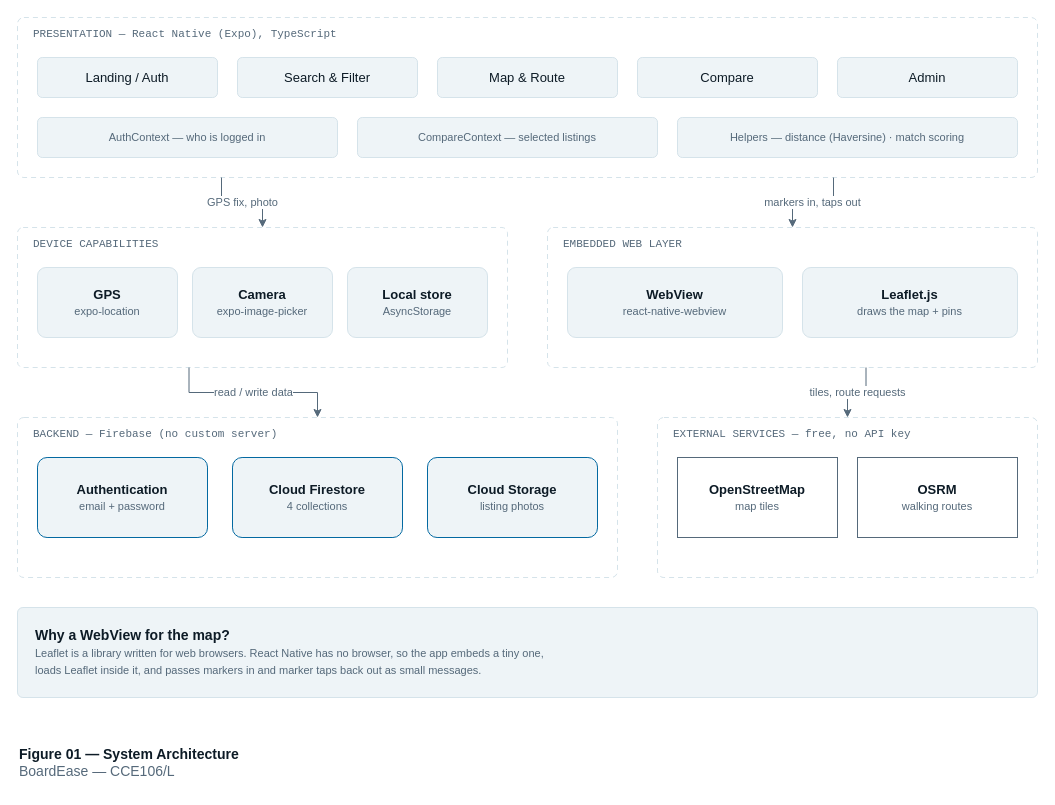
jetroo1/BoardEase-Mobile keeps this draw.io diagram as docs/diagrams/01-system-architecture.drawio. Above is the earlier version. Source tidied: cells renumbered, new cells numbered last; positions are measured from the earlier drawing's top-left corner, leaving out a move shared by most shapes. Both pictures are drawn from the tidied source at 100%, with x=0, y=0 at pixel (17, 17).
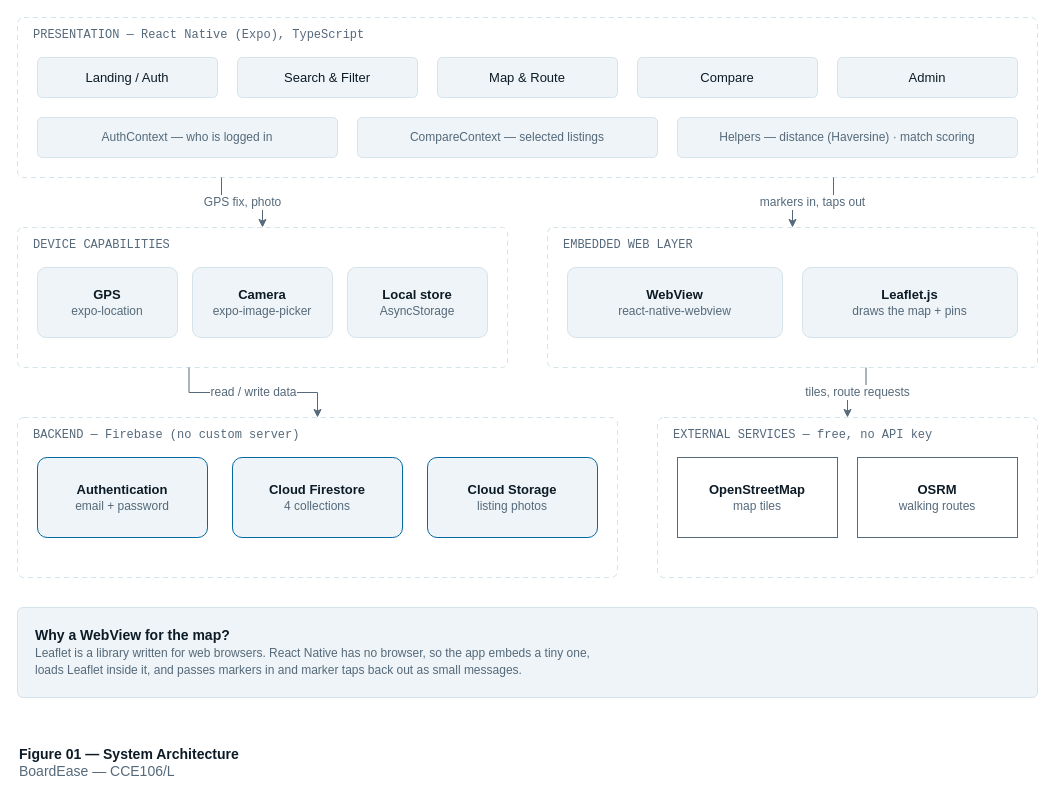
The same diagram, later.

What changed in the source:
```diff
@@
-    <mxCell id="2" value="PRESENTATION — React Native (Expo), TypeScript" style="rounded=1;arcSize=4;whiteSpace=wrap;html=1;fillColor=none;strokeColor=#D5E3EA;dashed=1;dashPattern=5 4;verticalAlign=top;align=left;spacingLeft=14;spacingTop=4;fontSize=11;fontColor=#55697A;fontFamily=Courier New;" parent="1" vertex="1">
+    <mxCell id="2" value="PRESENTATION — React Native (Expo), TypeScript" style="rounded=1;arcSize=4;whiteSpace=wrap;html=1;fillColor=none;strokeColor=#D5E3EA;dashed=1;dashPattern=5 4;verticalAlign=top;align=left;spacingLeft=14;spacingTop=4;fontSize=12;fontColor=#55697A;fontFamily=Courier New;" parent="1" vertex="1">
       <mxGeometry width="1020" height="160" as="geometry" />
     </mxCell>
-    <mxCell id="3" value="DEVICE CAPABILITIES" style="rounded=1;arcSize=4;whiteSpace=wrap;html=1;fillColor=none;strokeColor=#D5E3EA;dashed=1;dashPattern=5 4;verticalAlign=top;align=left;spacingLeft=14;spacingTop=4;fontSize=11;fontColor=#55697A;fontFamily=Courier New;" parent="1" vertex="1">
+    <mxCell id="3" value="DEVICE CAPABILITIES" style="rounded=1;arcSize=4;whiteSpace=wrap;html=1;fillColor=none;strokeColor=#D5E3EA;dashed=1;dashPattern=5 4;verticalAlign=top;align=left;spacingLeft=14;spacingTop=4;fontSize=12;fontColor=#55697A;fontFamily=Courier New;" parent="1" vertex="1">
       <mxGeometry y="210" width="490" height="140" as="geometry" />
     </mxCell>
-    <mxCell id="4" value="EMBEDDED WEB LAYER" style="rounded=1;arcSize=4;whiteSpace=wrap;html=1;fillColor=none;strokeColor=#D5E3EA;dashed=1;dashPattern=5 4;verticalAlign=top;align=left;spacingLeft=14;spacingTop=4;fontSize=11;fontColor=#55697A;fontFamily=Courier New;" parent="1" vertex="1">
+    <mxCell id="4" value="EMBEDDED WEB LAYER" style="rounded=1;arcSize=4;whiteSpace=wrap;html=1;fillColor=none;strokeColor=#D5E3EA;dashed=1;dashPattern=5 4;verticalAlign=top;align=left;spacingLeft=14;spacingTop=4;fontSize=12;fontColor=#55697A;fontFamily=Courier New;" parent="1" vertex="1">
       <mxGeometry x="530" y="210" width="490" height="140" as="geometry" />
     </mxCell>
-    <mxCell id="5" value="BACKEND — Firebase (no custom server)" style="rounded=1;arcSize=4;whiteSpace=wrap;html=1;fillColor=none;strokeColor=#D5E3EA;dashed=1;dashPattern=5 4;verticalAlign=top;align=left;spacingLeft=14;spacingTop=4;fontSize=11;fontColor=#55697A;fontFamily=Courier New;" parent="1" vertex="1">
+    <mxCell id="5" value="BACKEND — Firebase (no custom server)" style="rounded=1;arcSize=4;whiteSpace=wrap;html=1;fillColor=none;strokeColor=#D5E3EA;dashed=1;dashPattern=5 4;verticalAlign=top;align=left;spacingLeft=14;spacingTop=4;fontSize=12;fontColor=#55697A;fontFamily=Courier New;" parent="1" vertex="1">
       <mxGeometry y="400" width="600" height="160" as="geometry" />
     </mxCell>
-    <mxCell id="6" value="EXTERNAL SERVICES — free, no API key" style="rounded=1;arcSize=4;whiteSpace=wrap;html=1;fillColor=none;strokeColor=#D5E3EA;dashed=1;dashPattern=5 4;verticalAlign=top;align=left;spacingLeft=14;spacingTop=4;fontSize=11;fontColor=#55697A;fontFamily=Courier New;" parent="1" vertex="1">
+    <mxCell id="6" value="EXTERNAL SERVICES — free, no API key" style="rounded=1;arcSize=4;whiteSpace=wrap;html=1;fillColor=none;strokeColor=#D5E3EA;dashed=1;dashPattern=5 4;verticalAlign=top;align=left;spacingLeft=14;spacingTop=4;fontSize=12;fontColor=#55697A;fontFamily=Courier New;" parent="1" vertex="1">
       <mxGeometry x="640" y="400" width="380" height="160" as="geometry" />
     </mxCell>
@@
-    <mxCell id="12" value="&lt;font color=&quot;#55697A&quot;&gt;AuthContext — who is logged in&lt;/font&gt;" style="rounded=1;arcSize=12;whiteSpace=wrap;html=1;fillColor=#EEF4F7;strokeColor=#D5E3EA;fontSize=11;" parent="1" vertex="1">
+    <mxCell id="12" value="&lt;font color=&quot;#55697A&quot;&gt;AuthContext — who is logged in&lt;/font&gt;" style="rounded=1;arcSize=12;whiteSpace=wrap;html=1;fillColor=#EEF4F7;strokeColor=#D5E3EA;fontSize=12;" parent="1" vertex="1">
       <mxGeometry x="20" y="100" width="300" height="40" as="geometry" />
     </mxCell>
-    <mxCell id="13" value="&lt;font color=&quot;#55697A&quot;&gt;CompareContext — selected listings&lt;/font&gt;" style="rounded=1;arcSize=12;whiteSpace=wrap;html=1;fillColor=#EEF4F7;strokeColor=#D5E3EA;fontSize=11;" parent="1" vertex="1">
+    <mxCell id="13" value="&lt;font color=&quot;#55697A&quot;&gt;CompareContext — selected listings&lt;/font&gt;" style="rounded=1;arcSize=12;whiteSpace=wrap;html=1;fillColor=#EEF4F7;strokeColor=#D5E3EA;fontSize=12;" parent="1" vertex="1">
       <mxGeometry x="340" y="100" width="300" height="40" as="geometry" />
     </mxCell>
-    <mxCell id="14" value="&lt;font color=&quot;#55697A&quot;&gt;Helpers — distance (Haversine) · match scoring&lt;/font&gt;" style="rounded=1;arcSize=12;whiteSpace=wrap;html=1;fillColor=#EEF4F7;strokeColor=#D5E3EA;fontSize=11;" parent="1" vertex="1">
+    <mxCell id="14" value="&lt;font color=&quot;#55697A&quot;&gt;Helpers — distance (Haversine) · match scoring&lt;/font&gt;" style="rounded=1;arcSize=12;whiteSpace=wrap;html=1;fillColor=#EEF4F7;strokeColor=#D5E3EA;fontSize=12;" parent="1" vertex="1">
       <mxGeometry x="660" y="100" width="340" height="40" as="geometry" />
     </mxCell>
-    <mxCell id="15" value="&lt;b&gt;GPS&lt;/b&gt;&lt;br&gt;&lt;font color=&quot;#55697A&quot; style=&quot;font-size:11px&quot;&gt;expo-location&lt;/font&gt;" style="rounded=1;arcSize=12;whiteSpace=wrap;html=1;fillColor=#EEF4F7;strokeColor=#D5E3EA;fontSize=13;fontColor=#0D1B26;" parent="1" vertex="1">
+    <mxCell id="15" value="&lt;b&gt;GPS&lt;/b&gt;&lt;br&gt;&lt;font color=&quot;#55697A&quot; style=&quot;font-size:12px&quot;&gt;expo-location&lt;/font&gt;" style="rounded=1;arcSize=12;whiteSpace=wrap;html=1;fillColor=#EEF4F7;strokeColor=#D5E3EA;fontSize=13;fontColor=#0D1B26;" parent="1" vertex="1">
       <mxGeometry x="20" y="250" width="140" height="70" as="geometry" />
     </mxCell>
-    <mxCell id="16" value="&lt;b&gt;Camera&lt;/b&gt;&lt;br&gt;&lt;font color=&quot;#55697A&quot; style=&quot;font-size:11px&quot;&gt;expo-image-picker&lt;/font&gt;" style="rounded=1;arcSize=12;whiteSpace=wrap;html=1;fillColor=#EEF4F7;strokeColor=#D5E3EA;fontSize=13;fontColor=#0D1B26;" parent="1" vertex="1">
+    <mxCell id="16" value="&lt;b&gt;Camera&lt;/b&gt;&lt;br&gt;&lt;font color=&quot;#55697A&quot; style=&quot;font-size:12px&quot;&gt;expo-image-picker&lt;/font&gt;" style="rounded=1;arcSize=12;whiteSpace=wrap;html=1;fillColor=#EEF4F7;strokeColor=#D5E3EA;fontSize=13;fontColor=#0D1B26;" parent="1" vertex="1">
       <mxGeometry x="175" y="250" width="140" height="70" as="geometry" />
     </mxCell>
-    <mxCell id="17" value="&lt;b&gt;Local store&lt;/b&gt;&lt;br&gt;&lt;font color=&quot;#55697A&quot; style=&quot;font-size:11px&quot;&gt;AsyncStorage&lt;/font&gt;" style="rounded=1;arcSize=12;whiteSpace=wrap;html=1;fillColor=#EEF4F7;strokeColor=#D5E3EA;fontSize=13;fontColor=#0D1B26;" parent="1" vertex="1">
+    <mxCell id="17" value="&lt;b&gt;Local store&lt;/b&gt;&lt;br&gt;&lt;font color=&quot;#55697A&quot; style=&quot;font-size:12px&quot;&gt;AsyncStorage&lt;/font&gt;" style="rounded=1;arcSize=12;whiteSpace=wrap;html=1;fillColor=#EEF4F7;strokeColor=#D5E3EA;fontSize=13;fontColor=#0D1B26;" parent="1" vertex="1">
       <mxGeometry x="330" y="250" width="140" height="70" as="geometry" />
     </mxCell>
-    <mxCell id="18" value="&lt;b&gt;WebView&lt;/b&gt;&lt;br&gt;&lt;font color=&quot;#55697A&quot; style=&quot;font-size:11px&quot;&gt;react-native-webview&lt;/font&gt;" style="rounded=1;arcSize=12;whiteSpace=wrap;html=1;fillColor=#EEF4F7;strokeColor=#D5E3EA;fontSize=13;fontColor=#0D1B26;" parent="1" vertex="1">
+    <mxCell id="18" value="&lt;b&gt;WebView&lt;/b&gt;&lt;br&gt;&lt;font color=&quot;#55697A&quot; style=&quot;font-size:12px&quot;&gt;react-native-webview&lt;/font&gt;" style="rounded=1;arcSize=12;whiteSpace=wrap;html=1;fillColor=#EEF4F7;strokeColor=#D5E3EA;fontSize=13;fontColor=#0D1B26;" parent="1" vertex="1">
       <mxGeometry x="550" y="250" width="215" height="70" as="geometry" />
     </mxCell>
-    <mxCell id="19" value="&lt;b&gt;Leaflet.js&lt;/b&gt;&lt;br&gt;&lt;font color=&quot;#55697A&quot; style=&quot;font-size:11px&quot;&gt;draws the map + pins&lt;/font&gt;" style="rounded=1;arcSize=12;whiteSpace=wrap;html=1;fillColor=#EEF4F7;strokeColor=#D5E3EA;fontSize=13;fontColor=#0D1B26;" parent="1" vertex="1">
+    <mxCell id="19" value="&lt;b&gt;Leaflet.js&lt;/b&gt;&lt;br&gt;&lt;font color=&quot;#55697A&quot; style=&quot;font-size:12px&quot;&gt;draws the map + pins&lt;/font&gt;" style="rounded=1;arcSize=12;whiteSpace=wrap;html=1;fillColor=#EEF4F7;strokeColor=#D5E3EA;fontSize=13;fontColor=#0D1B26;" parent="1" vertex="1">
       <mxGeometry x="785" y="250" width="215" height="70" as="geometry" />
     </mxCell>
-    <mxCell id="20" value="&lt;b&gt;Authentication&lt;/b&gt;&lt;br&gt;&lt;font color=&quot;#55697A&quot; style=&quot;font-size:11px&quot;&gt;email + password&lt;/font&gt;" style="rounded=1;arcSize=12;whiteSpace=wrap;html=1;fillColor=#EEF4F7;strokeColor=#0369A1;fontSize=13;fontColor=#0D1B26;" parent="1" vertex="1">
+    <mxCell id="20" value="&lt;b&gt;Authentication&lt;/b&gt;&lt;br&gt;&lt;font color=&quot;#55697A&quot; style=&quot;font-size:12px&quot;&gt;email + password&lt;/font&gt;" style="rounded=1;arcSize=12;whiteSpace=wrap;html=1;fillColor=#EEF4F7;strokeColor=#0369A1;fontSize=13;fontColor=#0D1B26;" parent="1" vertex="1">
       <mxGeometry x="20" y="440" width="170" height="80" as="geometry" />
     </mxCell>
-    <mxCell id="21" value="&lt;b&gt;Cloud Firestore&lt;/b&gt;&lt;br&gt;&lt;font color=&quot;#55697A&quot; style=&quot;font-size:11px&quot;&gt;4 collections&lt;/font&gt;" style="rounded=1;arcSize=12;whiteSpace=wrap;html=1;fillColor=#EEF4F7;strokeColor=#0369A1;fontSize=13;fontColor=#0D1B26;" parent="1" vertex="1">
+    <mxCell id="21" value="&lt;b&gt;Cloud Firestore&lt;/b&gt;&lt;br&gt;&lt;font color=&quot;#55697A&quot; style=&quot;font-size:12px&quot;&gt;4 collections&lt;/font&gt;" style="rounded=1;arcSize=12;whiteSpace=wrap;html=1;fillColor=#EEF4F7;strokeColor=#0369A1;fontSize=13;fontColor=#0D1B26;" parent="1" vertex="1">
       <mxGeometry x="215" y="440" width="170" height="80" as="geometry" />
     </mxCell>
-    <mxCell id="22" value="&lt;b&gt;Cloud Storage&lt;/b&gt;&lt;br&gt;&lt;font color=&quot;#55697A&quot; style=&quot;font-size:11px&quot;&gt;listing photos&lt;/font&gt;" style="rounded=1;arcSize=12;whiteSpace=wrap;html=1;fillColor=#EEF4F7;strokeColor=#0369A1;fontSize=13;fontColor=#0D1B26;" parent="1" vertex="1">
+    <mxCell id="22" value="&lt;b&gt;Cloud Storage&lt;/b&gt;&lt;br&gt;&lt;font color=&quot;#55697A&quot; style=&quot;font-size:12px&quot;&gt;listing photos&lt;/font&gt;" style="rounded=1;arcSize=12;whiteSpace=wrap;html=1;fillColor=#EEF4F7;strokeColor=#0369A1;fontSize=13;fontColor=#0D1B26;" parent="1" vertex="1">
       <mxGeometry x="410" y="440" width="170" height="80" as="geometry" />
     </mxCell>
-    <mxCell id="23" value="&lt;b&gt;OpenStreetMap&lt;/b&gt;&lt;br&gt;&lt;font color=&quot;#55697A&quot; style=&quot;font-size:11px&quot;&gt;map tiles&lt;/font&gt;" style="rounded=0;whiteSpace=wrap;html=1;fillColor=#FFFFFF;strokeColor=#55697A;fontSize=13;fontColor=#0D1B26;" parent="1" vertex="1">
+    <mxCell id="23" value="&lt;b&gt;OpenStreetMap&lt;/b&gt;&lt;br&gt;&lt;font color=&quot;#55697A&quot; style=&quot;font-size:12px&quot;&gt;map tiles&lt;/font&gt;" style="rounded=0;whiteSpace=wrap;html=1;fillColor=#FFFFFF;strokeColor=#55697A;fontSize=13;fontColor=#0D1B26;" parent="1" vertex="1">
       <mxGeometry x="660" y="440" width="160" height="80" as="geometry" />
     </mxCell>
-    <mxCell id="24" value="&lt;b&gt;OSRM&lt;/b&gt;&lt;br&gt;&lt;font color=&quot;#55697A&quot; style=&quot;font-size:11px&quot;&gt;walking routes&lt;/font&gt;" style="rounded=0;whiteSpace=wrap;html=1;fillColor=#FFFFFF;strokeColor=#55697A;fontSize=13;fontColor=#0D1B26;" parent="1" vertex="1">
+    <mxCell id="24" value="&lt;b&gt;OSRM&lt;/b&gt;&lt;br&gt;&lt;font color=&quot;#55697A&quot; style=&quot;font-size:12px&quot;&gt;walking routes&lt;/font&gt;" style="rounded=0;whiteSpace=wrap;html=1;fillColor=#FFFFFF;strokeColor=#55697A;fontSize=13;fontColor=#0D1B26;" parent="1" vertex="1">
       <mxGeometry x="840" y="440" width="160" height="80" as="geometry" />
     </mxCell>
-    <mxCell id="25" value="GPS fix, photo" style="edgeStyle=orthogonalEdgeStyle;rounded=0;html=1;strokeColor=#55697A;fontSize=11;fontColor=#55697A;exitX=0.2;exitY=1;entryX=0.5;entryY=0;labelBackgroundColor=#FFFFFF;" parent="1" edge="1" source="2" target="3">
+    <mxCell id="25" value="GPS fix, photo" style="edgeStyle=orthogonalEdgeStyle;rounded=0;html=1;strokeColor=#55697A;fontSize=12;fontColor=#55697A;exitX=0.2;exitY=1;entryX=0.5;entryY=0;labelBackgroundColor=#FFFFFF;" parent="1" edge="1" source="2" target="3">
       <mxGeometry relative="1" as="geometry" />
     </mxCell>
-    <mxCell id="26" value="markers in, taps out" style="edgeStyle=orthogonalEdgeStyle;rounded=0;html=1;strokeColor=#55697A;fontSize=11;fontColor=#55697A;exitX=0.8;exitY=1;entryX=0.5;entryY=0;labelBackgroundColor=#FFFFFF;" parent="1" edge="1" source="2" target="4">
+    <mxCell id="26" value="markers in, taps out" style="edgeStyle=orthogonalEdgeStyle;rounded=0;html=1;strokeColor=#55697A;fontSize=12;fontColor=#55697A;exitX=0.8;exitY=1;entryX=0.5;entryY=0;labelBackgroundColor=#FFFFFF;" parent="1" edge="1" source="2" target="4">
       <mxGeometry relative="1" as="geometry" />
     </mxCell>
-    <mxCell id="27" value="read / write data" style="edgeStyle=orthogonalEdgeStyle;rounded=0;html=1;strokeColor=#55697A;fontSize=11;fontColor=#55697A;exitX=0.35;exitY=1;entryX=0.5;entryY=0;labelBackgroundColor=#FFFFFF;" parent="1" edge="1" source="3" target="5">
+    <mxCell id="27" value="read / write data" style="edgeStyle=orthogonalEdgeStyle;rounded=0;html=1;strokeColor=#55697A;fontSize=12;fontColor=#55697A;exitX=0.35;exitY=1;entryX=0.5;entryY=0;labelBackgroundColor=#FFFFFF;" parent="1" edge="1" source="3" target="5">
       <mxGeometry relative="1" as="geometry" />
     </mxCell>
-    <mxCell id="28" value="tiles, route requests" style="edgeStyle=orthogonalEdgeStyle;rounded=0;html=1;strokeColor=#55697A;fontSize=11;fontColor=#55697A;exitX=0.65;exitY=1;entryX=0.5;entryY=0;labelBackgroundColor=#FFFFFF;" parent="1" edge="1" source="4" target="6">
+    <mxCell id="28" value="tiles, route requests" style="edgeStyle=orthogonalEdgeStyle;rounded=0;html=1;strokeColor=#55697A;fontSize=12;fontColor=#55697A;exitX=0.65;exitY=1;entryX=0.5;entryY=0;labelBackgroundColor=#FFFFFF;" parent="1" edge="1" source="4" target="6">
       <mxGeometry relative="1" as="geometry" />
     </mxCell>
-    <mxCell id="29" value="&lt;b&gt;Why a WebView for the map?&lt;/b&gt;&lt;br&gt;&lt;font color=&quot;#55697A&quot; style=&quot;font-size:11px&quot;&gt;Leaflet is a library written for web browsers. React Native has no browser, so the app embeds a tiny one,&lt;br&gt;loads Leaflet inside it, and passes markers in and marker taps back out as small messages.&lt;/font&gt;" style="rounded=1;arcSize=6;whiteSpace=wrap;html=1;fillColor=#EEF4F7;strokeColor=#D5E3EA;align=left;verticalAlign=middle;spacingLeft=16;fontSize=14;fontColor=#0D1B26;" parent="1" vertex="1">
+    <mxCell id="29" value="&lt;b&gt;Why a WebView for the map?&lt;/b&gt;&lt;br&gt;&lt;font color=&quot;#55697A&quot; style=&quot;font-size:12px&quot;&gt;Leaflet is a library written for web browsers. React Native has no browser, so the app embeds a tiny one,&lt;br&gt;loads Leaflet inside it, and passes markers in and marker taps back out as small messages.&lt;/font&gt;" style="rounded=1;arcSize=6;whiteSpace=wrap;html=1;fillColor=#EEF4F7;strokeColor=#D5E3EA;align=left;verticalAlign=middle;spacingLeft=16;fontSize=14;fontColor=#0D1B26;" parent="1" vertex="1">
       <mxGeometry y="590" width="1020" height="90" as="geometry" />
     </mxCell>
```
